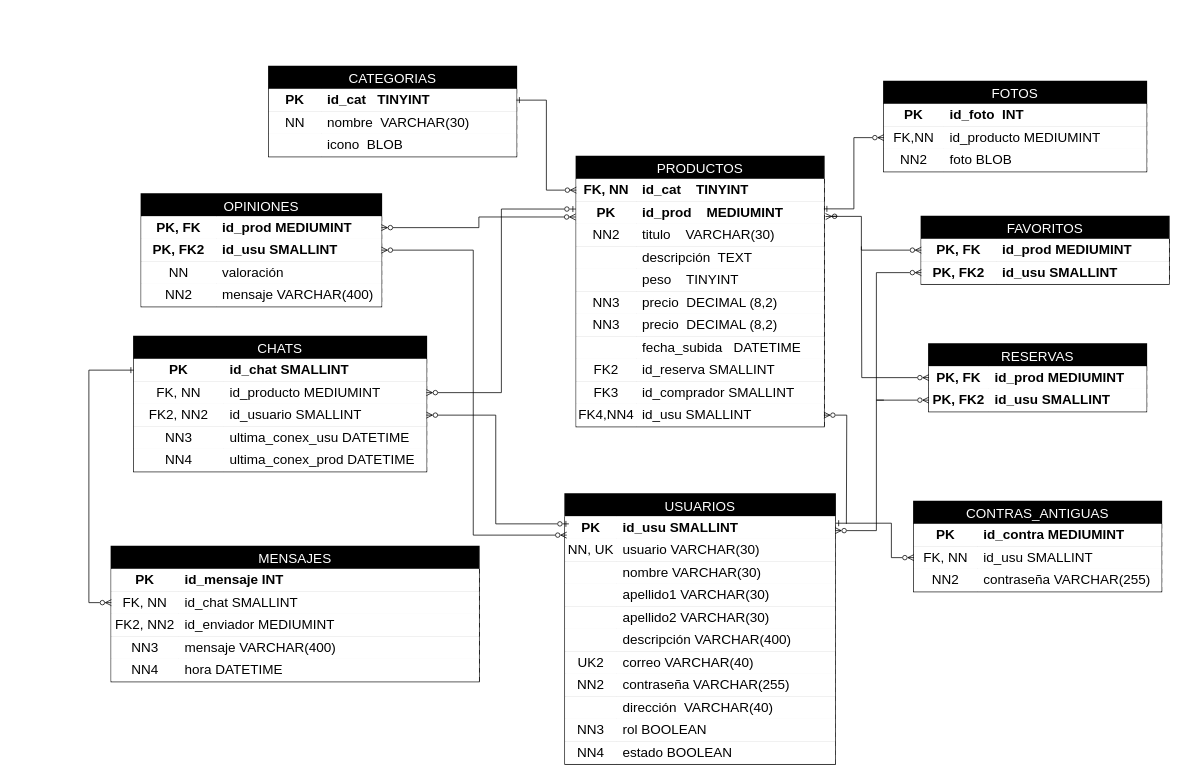
Javier0703/APP-WebMart keeps this draw.io diagram as BASE_DATOS/Relacional/WebMart_REL.drawio. Above is the earlier version. Source tidied: cells renumbered, new cells numbered last; positions are measured from the earlier drawing's top-left corner, leaving out a move shared by most shapes. Both pictures are drawn from the tidied source at 75%, with x=0, y=0 at pixel (88, 66).
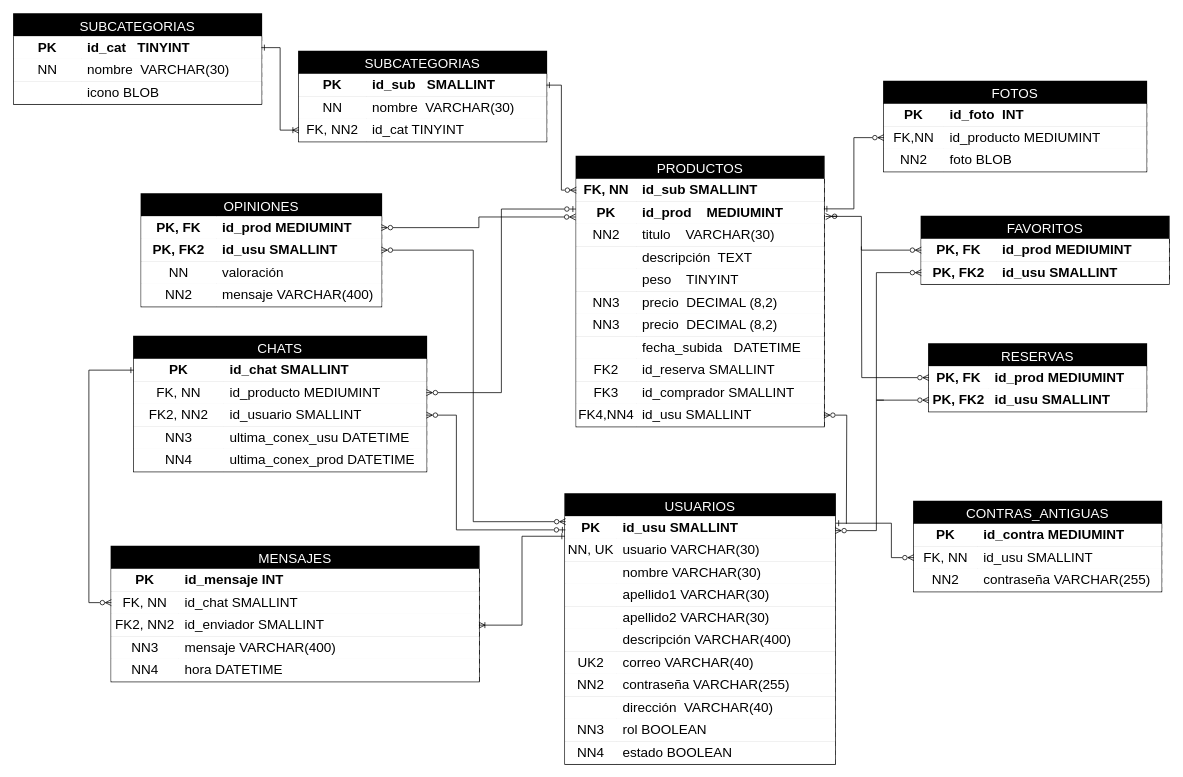
The same page after the edit.

The change refers to these unchanged cells:
```xml
<mxCell id="3" style="shape=tableRow;horizontal=0;startSize=0;swimlaneHead=0;swimlaneBody=0;top=0;left=0;bottom=0;right=0;points=[[0,0.5],[1,0.5]];portConstraint=eastwest;fontSize=18;" parent="2" vertex="1">
  <mxGeometry y="30" width="330" height="30" as="geometry" />
</mxCell>
<mxCell id="6" style="shape=tableRow;horizontal=0;startSize=0;swimlaneHead=0;swimlaneBody=0;top=0;left=0;bottom=0;right=0;fontSize=18;" parent="2" vertex="1">
  <mxGeometry y="60" width="330" height="30" as="geometry" />
</mxCell>
<mxCell id="9" style="shape=tableRow;horizontal=0;startSize=0;swimlaneHead=0;swimlaneBody=0;top=0;left=0;bottom=0;right=0;points=[[0,0.5],[1,0.5]];portConstraint=eastwest;fontSize=18;" parent="2" vertex="1">
  <mxGeometry y="90" width="330" height="30" as="geometry" />
</mxCell>
<mxCell id="13" style="shape=tableRow;horizontal=0;startSize=0;swimlaneHead=0;swimlaneBody=0;top=0;left=0;bottom=0;right=0;points=[[0,0.5],[1,0.5]];portConstraint=eastwest;fontSize=18;" parent="12" vertex="1">
  <mxGeometry y="30" width="330" height="30" as="geometry" />
</mxCell>
<mxCell id="60" style="shape=tableRow;horizontal=0;startSize=0;swimlaneHead=0;swimlaneBody=0;top=0;left=0;bottom=0;right=0;points=[[0,0.5],[1,0.5]];portConstraint=eastwest;fontSize=18;" parent="56" vertex="1">
  <mxGeometry y="60" width="320" height="30" as="geometry" />
</mxCell>
<mxCell id="70" style="shape=tableRow;horizontal=0;startSize=0;swimlaneHead=0;swimlaneBody=0;top=0;left=0;bottom=0;right=0;points=[[0,0.5],[1,0.5]];portConstraint=eastwest;fontSize=18;" parent="69" vertex="1">
  <mxGeometry y="30" width="360" height="30" as="geometry" />
</mxCell>
<mxCell id="120" style="shape=tableRow;horizontal=0;startSize=0;swimlaneHead=0;swimlaneBody=0;top=0;left=0;bottom=0;right=0;points=[[0,0.5],[1,0.5]];portConstraint=eastwest;fontSize=18;" parent="113" vertex="1">
  <mxGeometry y="90" width="390" height="30" as="geometry" />
</mxCell>
<mxCell id="136" style="shape=tableRow;horizontal=0;startSize=0;swimlaneHead=0;swimlaneBody=0;top=0;left=0;bottom=0;right=0;points=[[0,0.5],[1,0.5]];portConstraint=eastwest;fontSize=18;" parent="129" vertex="1">
  <mxGeometry y="90" width="490" height="30" as="geometry" />
</mxCell>
```

What changed in the source:
```diff
@@
-    <mxCell id="2" value="CATEGORIAS" style="shape=table;startSize=30;childLayout=tableLayout;rowLines=1;fontStyle=0;fontSize=18;separatorColor=#000000;fillColor=#000000;fontColor=#FFFFFF;strokeWidth=2;perimeterSpacing=1;" parent="1" vertex="1">
-      <mxGeometry x="240" width="330" height="120" as="geometry" />
+    <mxCell id="2" value="SUBCATEGORIAS" style="shape=table;startSize=30;childLayout=tableLayout;rowLines=1;fontStyle=0;fontSize=18;separatorColor=#000000;fillColor=#000000;fontColor=#FFFFFF;strokeWidth=2;perimeterSpacing=1;" parent="1" vertex="1">
+      <mxGeometry x="280" y="-20" width="330" height="120" as="geometry" />
     </mxCell>
@@
     <mxCell id="4" value="&lt;b style=&quot;font-size: 18px;&quot;&gt;PK&lt;/b&gt;" style="shape=partialRectangle;html=1;whiteSpace=wrap;top=0;left=0;bottom=0;right=0;overflow=hidden;fontSize=18;perimeterSpacing=1;" parent="3" vertex="1">
-      <mxGeometry width="70" height="30" as="geometry" />
+      <mxGeometry width="90" height="30" as="geometry" />
     </mxCell>
-    <mxCell id="5" value="&lt;b style=&quot;font-size: 18px;&quot;&gt;id_cat&amp;nbsp;&lt;span style=&quot;white-space: pre; font-size: 18px;&quot;&gt; &lt;span style=&quot;white-space: pre; font-size: 18px;&quot;&gt; &lt;/span&gt;&lt;/span&gt;TINYINT&lt;/b&gt;" style="shape=partialRectangle;html=1;whiteSpace=wrap;top=0;left=0;bottom=0;right=0;align=left;spacingLeft=6;overflow=hidden;fontSize=18;" parent="3" vertex="1">
-      <mxGeometry x="70" width="260" height="30" as="geometry" />
+    <mxCell id="5" value="&lt;b style=&quot;font-size: 18px;&quot;&gt;id_sub&amp;nbsp;&lt;span style=&quot;white-space: pre; font-size: 18px;&quot;&gt; &lt;span style=&quot;white-space: pre; font-size: 18px;&quot;&gt; SMALLINT&lt;/span&gt;&lt;/span&gt;&lt;/b&gt;" style="shape=partialRectangle;html=1;whiteSpace=wrap;top=0;left=0;bottom=0;right=0;align=left;spacingLeft=6;overflow=hidden;fontSize=18;" parent="3" vertex="1">
+      <mxGeometry x="90" width="240" height="30" as="geometry" />
     </mxCell>
@@
     <mxCell id="7" value="NN" style="shape=partialRectangle;html=1;whiteSpace=wrap;top=0;left=0;bottom=0;right=0;overflow=hidden;fontSize=18;" parent="6" vertex="1">
-      <mxGeometry width="70" height="30" as="geometry" />
+      <mxGeometry width="90" height="30" as="geometry" />
     </mxCell>
     <mxCell id="8" value="nombre&lt;span style=&quot;white-space: pre; font-size: 18px;&quot;&gt; &lt;span style=&quot;white-space: pre; font-size: 18px;&quot;&gt; &lt;/span&gt;&lt;/span&gt;VARCHAR(30)" style="shape=partialRectangle;html=1;whiteSpace=wrap;top=0;left=0;bottom=0;right=0;align=left;spacingLeft=6;overflow=hidden;fontSize=18;" parent="6" vertex="1">
-      <mxGeometry x="70" width="260" height="30" as="geometry" />
+      <mxGeometry x="90" width="240" height="30" as="geometry" />
     </mxCell>
@@
-    <mxCell id="10" style="shape=partialRectangle;html=1;whiteSpace=wrap;top=0;left=0;bottom=0;right=0;overflow=hidden;fontSize=18;" parent="9" vertex="1">
-      <mxGeometry width="70" height="30" as="geometry" />
+    <mxCell id="10" value="FK, NN2" style="shape=partialRectangle;html=1;whiteSpace=wrap;top=0;left=0;bottom=0;right=0;overflow=hidden;fontSize=18;" parent="9" vertex="1">
+      <mxGeometry width="90" height="30" as="geometry" />
     </mxCell>
-    <mxCell id="11" value="icono&lt;span style=&quot;white-space: pre; font-size: 18px;&quot;&gt; &lt;span style=&quot;white-space: pre; font-size: 18px;&quot;&gt; &lt;/span&gt;&lt;/span&gt;BLOB" style="shape=partialRectangle;html=1;whiteSpace=wrap;top=0;left=0;bottom=0;right=0;align=left;spacingLeft=6;overflow=hidden;fontSize=18;" parent="9" vertex="1">
-      <mxGeometry x="70" width="260" height="30" as="geometry" />
+    <mxCell id="11" value="id_cat TINYINT" style="shape=partialRectangle;html=1;whiteSpace=wrap;top=0;left=0;bottom=0;right=0;align=left;spacingLeft=6;overflow=hidden;fontSize=18;" parent="9" vertex="1">
+      <mxGeometry x="90" width="240" height="30" as="geometry" />
     </mxCell>
@@
-    <mxCell id="15" value="&lt;b style=&quot;font-size: 18px;&quot;&gt;id_cat&lt;span style=&quot;white-space: pre; font-size: 18px;&quot;&gt; &lt;/span&gt;&lt;span style=&quot;white-space: pre; font-size: 18px;&quot;&gt; &lt;span style=&quot;white-space: pre; font-size: 18px;&quot;&gt; &lt;/span&gt;&lt;span style=&quot;white-space: pre; font-size: 18px;&quot;&gt; &lt;/span&gt;&lt;/span&gt;TINYINT&lt;/b&gt;" style="shape=partialRectangle;html=1;whiteSpace=wrap;top=0;left=0;bottom=0;right=0;align=left;spacingLeft=6;overflow=hidden;fontSize=18;" parent="13" vertex="1">
+    <mxCell id="15" value="&lt;b&gt;id_sub SMALLINT&lt;/b&gt;" style="shape=partialRectangle;html=1;whiteSpace=wrap;top=0;left=0;bottom=0;right=0;align=left;spacingLeft=6;overflow=hidden;fontSize=18;" parent="13" vertex="1">
       <mxGeometry x="80" width="250" height="30" as="geometry" />
     </mxCell>
@@
-    <mxCell id="138" value="id_enviador&lt;span style=&quot;white-space: pre; font-size: 18px;&quot;&gt; &lt;/span&gt;MEDIUMINT" style="shape=partialRectangle;html=1;whiteSpace=wrap;top=0;left=0;bottom=0;right=0;align=left;spacingLeft=6;overflow=hidden;fontSize=18;" parent="136" vertex="1">
+    <mxCell id="138" value="id_enviador&lt;span style=&quot;white-space: pre; font-size: 18px;&quot;&gt; SMALLINT&lt;/span&gt;" style="shape=partialRectangle;html=1;whiteSpace=wrap;top=0;left=0;bottom=0;right=0;align=left;spacingLeft=6;overflow=hidden;fontSize=18;" parent="136" vertex="1">
       <mxGeometry x="90" width="400" height="30" as="geometry" />
     </mxCell>
@@
-    <mxCell id="160" style="edgeStyle=orthogonalEdgeStyle;rounded=0;jettySize=auto;html=1;entryX=1;entryY=0.5;entryDx=0;entryDy=0;startArrow=ERzeroToOne;startFill=0;endArrow=ERzeroToMany;endFill=0;exitX=0.014;exitY=0.333;exitDx=0;exitDy=0;exitPerimeter=0;" parent="1" edge="1" source="70" target="120">
-      <mxGeometry relative="1" as="geometry" />
+    <mxCell id="160" style="edgeStyle=orthogonalEdgeStyle;rounded=0;jettySize=auto;html=1;entryX=1;entryY=0.5;entryDx=0;entryDy=0;startArrow=ERzeroToOne;startFill=0;endArrow=ERzeroToMany;endFill=0;exitX=0.001;exitY=0.6;exitDx=0;exitDy=0;exitPerimeter=0;" parent="1" edge="1" source="70" target="120">
+      <mxGeometry relative="1" as="geometry">
+        <Array as="points">
+          <mxPoint x="490" y="618" />
+          <mxPoint x="490" y="465" />
+        </Array>
+      </mxGeometry>
     </mxCell>
@@
-    <mxCell id="163" style="edgeStyle=orthogonalEdgeStyle;rounded=0;jettySize=auto;html=1;entryX=0.006;entryY=0.833;entryDx=0;entryDy=0;entryPerimeter=0;startArrow=ERzeroToMany;startFill=0;endArrow=ERzeroToMany;endFill=0;" parent="1" edge="1" source="60" target="70">
+    <mxCell id="163" style="edgeStyle=orthogonalEdgeStyle;rounded=0;jettySize=auto;html=1;entryX=0.002;entryY=0.236;entryDx=0;entryDy=0;entryPerimeter=0;startArrow=ERzeroToMany;startFill=0;endArrow=ERzeroToMany;endFill=0;" parent="1" edge="1" source="60" target="70">
       <mxGeometry relative="1" as="geometry" />
     </mxCell>
@@
+    <mxCell id="172" style="edgeStyle=orthogonalEdgeStyle;rounded=0;jettySize=auto;html=1;entryX=1;entryY=0.5;entryDx=0;entryDy=0;exitX=-0.001;exitY=0.883;exitDx=0;exitDy=0;exitPerimeter=0;startArrow=ERone;startFill=0;endArrow=ERoneToMany;endFill=0;" parent="1" edge="1" source="70" target="136">
+      <mxGeometry relative="1" as="geometry" />
+    </mxCell>
+    <mxCell id="173" value="SUBCATEGORIAS" style="shape=table;startSize=30;childLayout=tableLayout;rowLines=1;fontStyle=0;fontSize=18;separatorColor=#000000;fillColor=#000000;fontColor=#FFFFFF;strokeWidth=2;perimeterSpacing=1;" parent="1" vertex="1">
+      <mxGeometry x="-100" y="-70" width="330" height="120" as="geometry" />
+    </mxCell>
+    <mxCell id="174" style="shape=tableRow;horizontal=0;startSize=0;swimlaneHead=0;swimlaneBody=0;top=0;left=0;bottom=0;right=0;points=[[0,0.5],[1,0.5]];portConstraint=eastwest;fontSize=18;" parent="173" vertex="1">
+      <mxGeometry y="30" width="330" height="30" as="geometry" />
+    </mxCell>
+    <mxCell id="175" value="&lt;b style=&quot;font-size: 18px;&quot;&gt;PK&lt;/b&gt;" style="shape=partialRectangle;html=1;whiteSpace=wrap;top=0;left=0;bottom=0;right=0;overflow=hidden;fontSize=18;perimeterSpacing=1;" parent="174" vertex="1">
+      <mxGeometry width="90" height="30" as="geometry" />
+    </mxCell>
+    <mxCell id="176" value="&lt;b style=&quot;font-size: 18px;&quot;&gt;id_cat&amp;nbsp;&lt;span style=&quot;white-space: pre; font-size: 18px;&quot;&gt; &lt;span style=&quot;white-space: pre; font-size: 18px;&quot;&gt; TINYINT&lt;/span&gt;&lt;/span&gt;&lt;/b&gt;" style="shape=partialRectangle;html=1;whiteSpace=wrap;top=0;left=0;bottom=0;right=0;align=left;spacingLeft=6;overflow=hidden;fontSize=18;" parent="174" vertex="1">
+      <mxGeometry x="90" width="240" height="30" as="geometry" />
+    </mxCell>
+    <mxCell id="177" style="shape=tableRow;horizontal=0;startSize=0;swimlaneHead=0;swimlaneBody=0;top=0;left=0;bottom=0;right=0;fontSize=18;" parent="173" vertex="1">
+      <mxGeometry y="60" width="330" height="30" as="geometry" />
+    </mxCell>
+    <mxCell id="178" value="NN" style="shape=partialRectangle;html=1;whiteSpace=wrap;top=0;left=0;bottom=0;right=0;overflow=hidden;fontSize=18;" parent="177" vertex="1">
+      <mxGeometry width="90" height="30" as="geometry" />
+    </mxCell>
+    <mxCell id="179" value="nombre&lt;span style=&quot;white-space: pre; font-size: 18px;&quot;&gt; &lt;span style=&quot;white-space: pre; font-size: 18px;&quot;&gt; &lt;/span&gt;&lt;/span&gt;VARCHAR(30)" style="shape=partialRectangle;html=1;whiteSpace=wrap;top=0;left=0;bottom=0;right=0;align=left;spacingLeft=6;overflow=hidden;fontSize=18;" parent="177" vertex="1">
+      <mxGeometry x="90" width="240" height="30" as="geometry" />
+    </mxCell>
+    <mxCell id="180" style="shape=tableRow;horizontal=0;startSize=0;swimlaneHead=0;swimlaneBody=0;top=0;left=0;bottom=0;right=0;fontSize=18;" parent="173" vertex="1">
+      <mxGeometry y="90" width="330" height="30" as="geometry" />
+    </mxCell>
+    <mxCell id="181" style="shape=partialRectangle;html=1;whiteSpace=wrap;top=0;left=0;bottom=0;right=0;overflow=hidden;fontSize=18;" parent="180" vertex="1">
+      <mxGeometry width="90" height="30" as="geometry" />
+    </mxCell>
+    <mxCell id="182" value="icono BLOB" style="shape=partialRectangle;html=1;whiteSpace=wrap;top=0;left=0;bottom=0;right=0;align=left;spacingLeft=6;overflow=hidden;fontSize=18;" parent="180" vertex="1">
+      <mxGeometry x="90" width="240" height="30" as="geometry" />
+    </mxCell>
+    <mxCell id="183" style="edgeStyle=orthogonalEdgeStyle;rounded=0;jettySize=auto;html=1;endArrow=ERoneToMany;endFill=0;startArrow=ERone;startFill=0;" parent="1" edge="1" source="174" target="9">
+      <mxGeometry relative="1" as="geometry" />
+    </mxCell>
```
